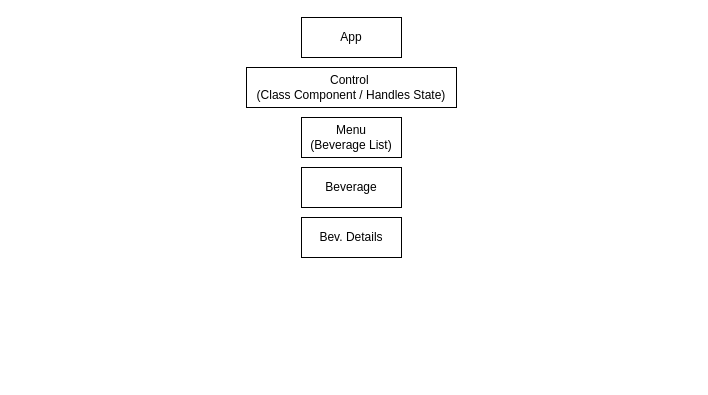
This is plan.drawio from jessi-b/tap-room, a draw.io file, before an edit. Source tidied: cells renumbered, new cells numbered last; positions are measured from the earlier drawing's top-left corner, leaving out a move shared by most shapes. Both pictures are drawn from the tidied source at 100%, with x=0, y=0 at pixel (246, 17).
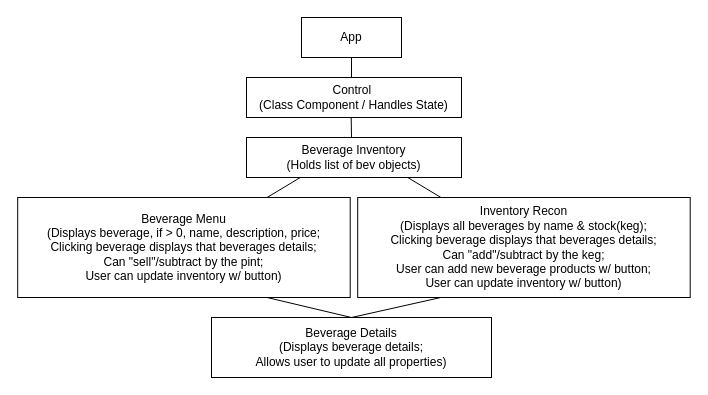
Above is the later version.

Diff of the diagram source:
```diff
@@
 <mxGraphModel>
   <root>
     <mxCell id="0" />
     <mxCell id="1" parent="0" />
     <mxCell id="2" value="App" style="whiteSpace=wrap;html=1;align=center;" parent="1" vertex="1">
       <mxGeometry x="55" width="100" height="40" as="geometry" />
     </mxCell>
     <mxCell id="3" value="Control&amp;nbsp;&lt;br&gt;(Class Component / Handles State)" style="whiteSpace=wrap;html=1;align=center;" parent="1" vertex="1">
-      <mxGeometry y="50" width="210" height="40" as="geometry" />
+      <mxGeometry y="60" width="215" height="40" as="geometry" />
     </mxCell>
-    <mxCell id="4" value="Menu&lt;br&gt;(Beverage List)" style="whiteSpace=wrap;html=1;align=center;" parent="1" vertex="1">
-      <mxGeometry x="55" y="100" width="100" height="40" as="geometry" />
+    <mxCell id="4" value="Beverage Inventory&lt;br&gt;(Holds list of bev objects)" style="whiteSpace=wrap;html=1;align=center;" parent="1" vertex="1">
+      <mxGeometry y="120" width="215" height="40" as="geometry" />
     </mxCell>
-    <mxCell id="5" value="Bev. Details" style="whiteSpace=wrap;html=1;align=center;" parent="1" vertex="1">
-      <mxGeometry x="55" y="200" width="100" height="40" as="geometry" />
+    <mxCell id="5" value="Beverage Details&lt;br&gt;(Displays beverage details;&lt;br&gt;Allows user to update all properties)" style="whiteSpace=wrap;html=1;align=center;" parent="1" vertex="1">
+      <mxGeometry x="-35" y="300" width="280" height="60" as="geometry" />
     </mxCell>
-    <mxCell id="6" value="Beverage" style="whiteSpace=wrap;html=1;align=center;" parent="1" vertex="1">
-      <mxGeometry x="55" y="150" width="100" height="40" as="geometry" />
+    <mxCell id="6" value="Beverage Menu&lt;br&gt;(Displays beverage, if &amp;gt; 0, name, description, price;&lt;br&gt;Clicking beverage displays that beverages details;&lt;br&gt;Can &quot;sell&quot;/subtract by the pint;&lt;br&gt;User can update inventory w/ button)" style="whiteSpace=wrap;html=1;align=center;" parent="1" vertex="1">
+      <mxGeometry x="-228.8" y="180" width="332.5" height="100" as="geometry" />
     </mxCell>
+    <mxCell id="7" value="Inventory Recon&lt;br&gt;(Displays all beverages by name &amp;amp; stock(keg);&lt;br&gt;Clicking beverage displays that beverages details;&lt;br&gt;Can &quot;add&quot;/subtract by the keg;&lt;br&gt;User can add new beverage products w/ button;&lt;br&gt;User can update inventory w/ button)" style="whiteSpace=wrap;html=1;align=center;" parent="1" vertex="1">
+      <mxGeometry x="111.2" y="180" width="332.5" height="100" as="geometry" />
+    </mxCell>
+    <mxCell id="8" style="endArrow=none;html=1;rounded=0;exitX=0.25;exitY=1;exitDx=0;exitDy=0;entryX=0.75;entryY=0;entryDx=0;entryDy=0;" parent="1" edge="1" source="4" target="6">
+      <mxGeometry relative="1" as="geometry" />
+    </mxCell>
+    <mxCell id="9" style="endArrow=none;html=1;rounded=0;exitX=0.5;exitY=1;exitDx=0;exitDy=0;" parent="1" edge="1" source="2">
+      <mxGeometry relative="1" as="geometry">
+        <mxPoint x="105" y="60" as="targetPoint" />
+      </mxGeometry>
+    </mxCell>
+    <mxCell id="10" style="endArrow=none;html=1;rounded=0;exitX=0.487;exitY=1.003;exitDx=0;exitDy=0;exitPerimeter=0;" parent="1" edge="1" source="3">
+      <mxGeometry relative="1" as="geometry">
+        <mxPoint x="105" y="120" as="targetPoint" />
+      </mxGeometry>
+    </mxCell>
+    <mxCell id="11" style="endArrow=none;html=1;rounded=0;exitX=0.75;exitY=1;exitDx=0;exitDy=0;" parent="1" edge="1" source="4" target="7">
+      <mxGeometry relative="1" as="geometry" />
+    </mxCell>
+    <mxCell id="12" style="endArrow=none;html=1;rounded=0;exitX=0.75;exitY=1;exitDx=0;exitDy=0;entryX=0.5;entryY=0;entryDx=0;entryDy=0;" parent="1" edge="1" source="6" target="5">
+      <mxGeometry relative="1" as="geometry" />
+    </mxCell>
+    <mxCell id="13" style="endArrow=none;html=1;rounded=0;exitX=0.5;exitY=0;exitDx=0;exitDy=0;entryX=0.25;entryY=1;entryDx=0;entryDy=0;" parent="1" edge="1" source="5" target="7">
+      <mxGeometry relative="1" as="geometry" />
+    </mxCell>
   </root>
 </mxGraphModel>
```
